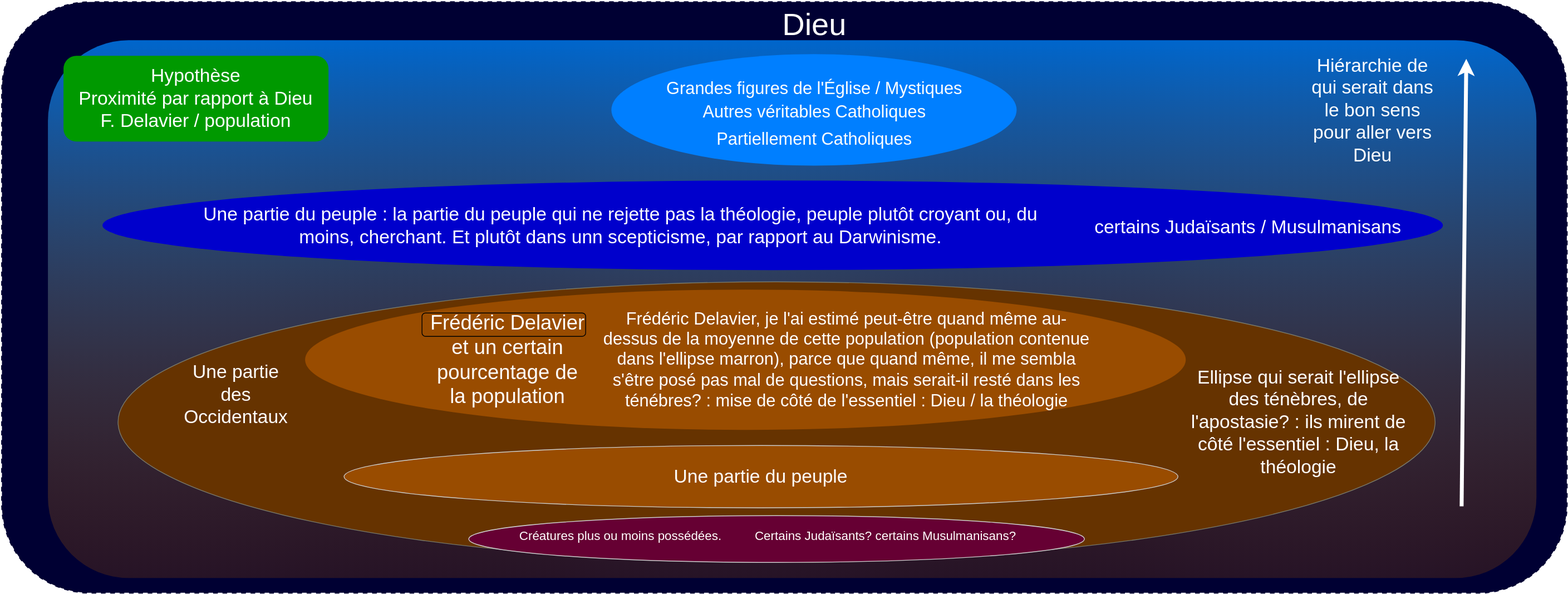
up778/up778.github.io keeps this draw.io diagram as Creaturae/Occidentaux-Orientaux/Images/schéma hiérarchique Delavier.svg. Above is the earlier version. Source tidied: cells renumbered, new cells last; positions are measured from the earlier drawing's top-left corner, leaving out a move shared by most shapes.
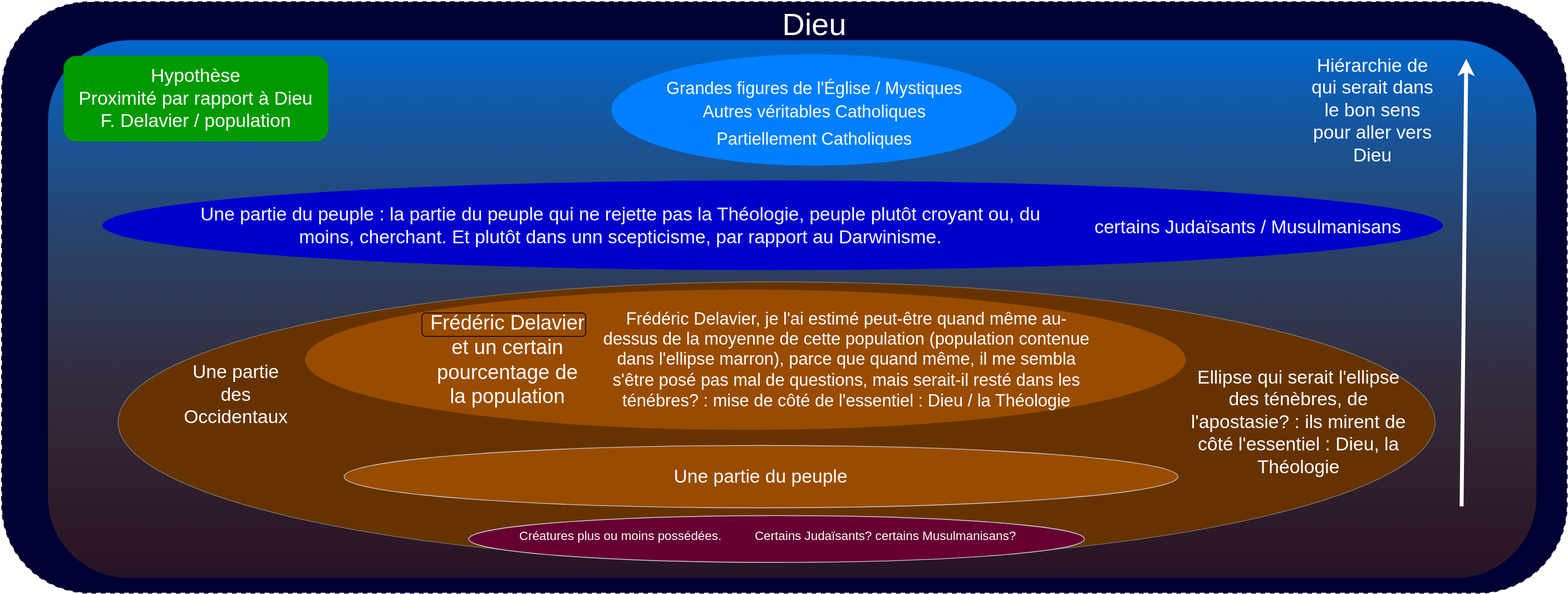
The same file after the commit.

Change to the diagram source:
```diff
@@ -23,7 +23,7 @@
     <mxCell id="7" style="ellipse;whiteSpace=wrap;html=1;strokeColor=none;fillColor=#994C00;fontColor=#FFFFFF;fontSize=24;" parent="1" vertex="1">
       <mxGeometry x="390" y="370" width="1130" height="180" as="geometry" />
     </mxCell>
-    <mxCell id="8" value="&lt;font style=&quot;font-size: 24px;&quot;&gt;Ellipse qui serait l'ellipse des ténèbres, de l'apostasie? : ils mirent de côté l'essentiel : Dieu, la théologie&lt;/font&gt;" style="text;html=1;strokeColor=none;fillColor=none;align=center;verticalAlign=middle;whiteSpace=wrap;rounded=0;labelBackgroundColor=none;fontColor=#FFFFFF;fontSize=24;" parent="1" vertex="1">
+    <mxCell id="8" value="&lt;font style=&quot;font-size: 24px;&quot;&gt;Ellipse qui serait l'ellipse des ténèbres, de l'apostasie? : ils mirent de côté l'essentiel : Dieu, la Théologie&lt;/font&gt;" style="text;html=1;strokeColor=none;fillColor=none;align=center;verticalAlign=middle;whiteSpace=wrap;rounded=0;labelBackgroundColor=none;fontColor=#FFFFFF;fontSize=24;" parent="1" vertex="1">
       <mxGeometry x="1520" y="490" width="290" height="100" as="geometry" />
     </mxCell>
     <mxCell id="9" value="&lt;font style=&quot;font-size: 24px;&quot;&gt;Hiérarchie de qui serait dans le bon sens pour aller vers Dieu&lt;br style=&quot;font-size: 24px;&quot;&gt;&lt;/font&gt;" style="text;html=1;strokeColor=none;fillColor=none;align=center;verticalAlign=middle;whiteSpace=wrap;rounded=0;labelBackgroundColor=none;fontSize=24;fontColor=#FFFFFF;" parent="1" vertex="1">
@@ -44,10 +44,10 @@
     <mxCell id="13" value="&lt;font style=&quot;font-size: 24px;&quot;&gt;Une partie des Occidentaux&lt;/font&gt;" style="text;html=1;strokeColor=none;fillColor=none;align=center;verticalAlign=middle;whiteSpace=wrap;rounded=0;fontColor=#FFFFFF;" parent="1" vertex="1">
       <mxGeometry x="230" y="440" width="143" height="130" as="geometry" />
     </mxCell>
-    <mxCell id="14" value="&lt;font style=&quot;font-size: 24px;&quot;&gt;Une partie du peuple : la partie du peuple qui ne rejette pas la théologie, peuple plutôt croyant ou, du moins, cherchant. Et plutôt dans unn scepticisme, par rapport au Darwinisme.&lt;/font&gt;" style="text;html=1;strokeColor=none;fillColor=none;align=center;verticalAlign=middle;whiteSpace=wrap;rounded=0;fontColor=#FFFFFF;" parent="1" vertex="1">
+    <mxCell id="14" value="&lt;font style=&quot;font-size: 24px;&quot;&gt;Une partie du peuple : la partie du peuple qui ne rejette pas la Théologie, peuple plutôt croyant ou, du moins, cherchant. Et plutôt dans unn scepticisme, par rapport au Darwinisme.&lt;/font&gt;" style="text;html=1;strokeColor=none;fillColor=none;align=center;verticalAlign=middle;whiteSpace=wrap;rounded=0;fontColor=#FFFFFF;" parent="1" vertex="1">
       <mxGeometry x="249" y="261.2" width="1092" height="52.5" as="geometry" />
     </mxCell>
-    <mxCell id="15" value="&lt;font style=&quot;font-size: 22px;&quot; color=&quot;#ffffff&quot;&gt;Frédéric Delavier, je l'ai estimé peut-être quand même au-dessus de la moyenne de cette population (population contenue dans l'ellipse marron), parce que quand même, il me sembla s'être posé pas mal de questions, mais serait-il resté dans les ténébres? : mise de côté de l'essentiel : Dieu / la théologie&lt;/font&gt;" style="text;html=1;strokeColor=none;fillColor=none;align=center;verticalAlign=middle;whiteSpace=wrap;rounded=0;fontSize=20;" parent="1" vertex="1">
+    <mxCell id="15" value="&lt;font style=&quot;font-size: 22px;&quot; color=&quot;#ffffff&quot;&gt;Frédéric Delavier, je l'ai estimé peut-être quand même au-dessus de la moyenne de cette population (population contenue dans l'ellipse marron), parce que quand même, il me sembla s'être posé pas mal de questions, mais serait-il resté dans les ténébres? : mise de côté de l'essentiel : Dieu / la Théologie&lt;/font&gt;" style="text;html=1;strokeColor=none;fillColor=none;align=center;verticalAlign=middle;whiteSpace=wrap;rounded=0;fontSize=20;" parent="1" vertex="1">
       <mxGeometry x="770" y="375" width="630" height="170" as="geometry" />
     </mxCell>
     <mxCell id="16" value="Dieu" style="text;strokeColor=none;fillColor=none;align=center;verticalAlign=middle;rounded=0;fontColor=#fffffe;fontSize=40;" parent="1" vertex="1">
```
